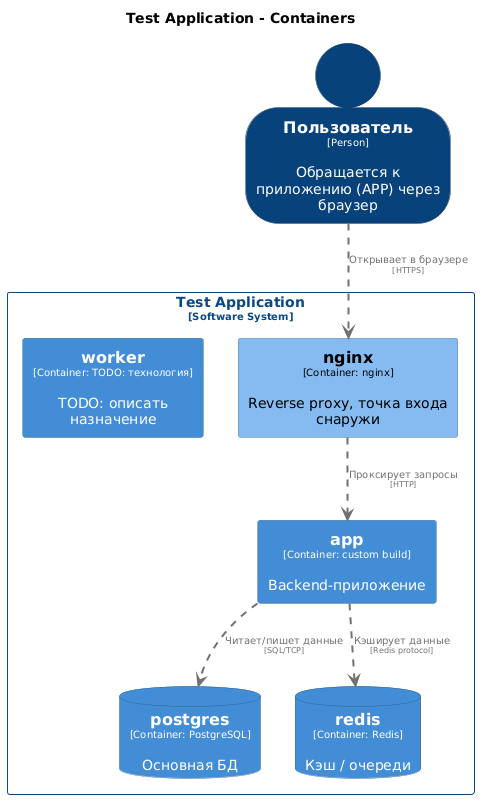
dmitryimalkov/cicd keeps this PlantUML diagram as architecture/diagrams/structurizr-Containers.png. Above is the earlier version.
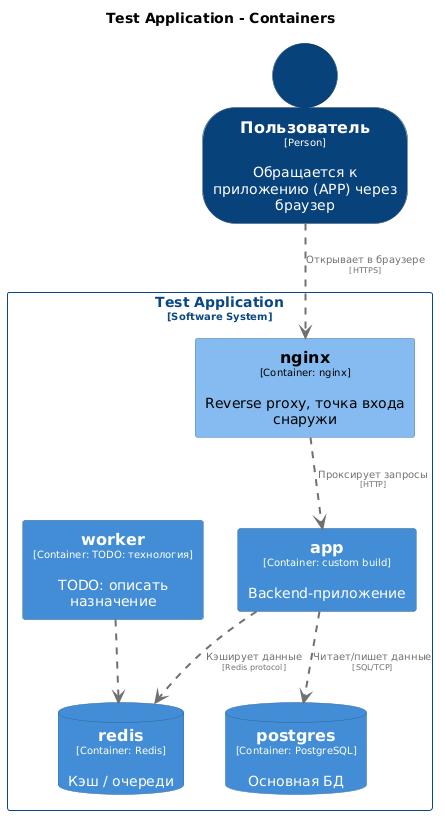
After the change.

Commit message:
docs: auto-sync architecture with docker-compose

The edit, as a diff of the source:
```diff
@@ -67,6 +67,7 @@
 
 TestApplication.app .[#707070,thickness=2].> TestApplication.postgres : "<color:#707070>Читает/пишет данные\n<color:#707070><size:8>[SQL/TCP]</size>"
 TestApplication.app .[#707070,thickness=2].> TestApplication.redis : "<color:#707070>Кэширует данные\n<color:#707070><size:8>[Redis protocol]</size>"
+TestApplication.worker .[#707070,thickness=2].> TestApplication.redis : "<color:#707070>"
 Пользователь .[#707070,thickness=2].> TestApplication.nginx : "<color:#707070>Открывает в браузере\n<color:#707070><size:8>[HTTPS]</size>"
 TestApplication.nginx .[#707070,thickness=2].> TestApplication.app : "<color:#707070>Проксирует запросы\n<color:#707070><size:8>[HTTP]</size>"
 @enduml
```
